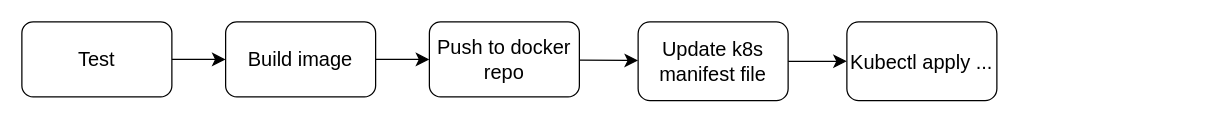
The draw.io diagram Argocd.drawio in msyadid/HelloWorld, before the edit. Source tidied: cells renumbered, new cells numbered last; positions are measured from the earlier drawing's top-left corner, leaving out a move shared by most shapes. Both pictures are drawn from the tidied source at 125%, with x=0, y=0 at pixel (21, 21).
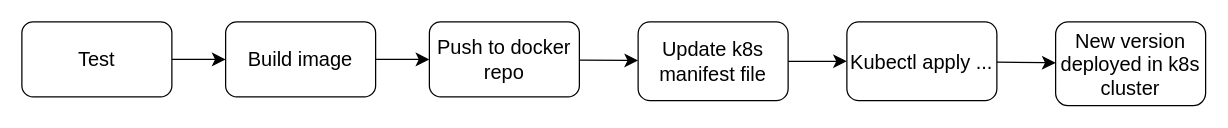
The same diagram, later.

Change to the diagram source:
```diff
@@
 <mxGraphModel>
   <root>
     <mxCell id="0" />
     <mxCell id="1" parent="0" />
     <mxCell id="2" style="edgeStyle=none;curved=1;rounded=0;jettySize=auto;html=1;fontSize=12;startSize=8;endSize=8;" parent="1" edge="1" source="3" target="5">
       <mxGeometry relative="1" as="geometry" />
     </mxCell>
     <mxCell id="3" value="Test" style="rounded=1;whiteSpace=wrap;html=1;fontSize=16;" parent="1" vertex="1">
       <mxGeometry width="120" height="60" as="geometry" />
     </mxCell>
     <mxCell id="4" style="edgeStyle=none;curved=1;rounded=0;jettySize=auto;html=1;fontSize=12;startSize=8;endSize=8;" parent="1" edge="1" source="5" target="7">
       <mxGeometry relative="1" as="geometry" />
     </mxCell>
     <mxCell id="5" value="Build image" style="rounded=1;whiteSpace=wrap;html=1;fontSize=16;" parent="1" vertex="1">
       <mxGeometry x="163" width="120" height="60" as="geometry" />
     </mxCell>
     <mxCell id="6" style="edgeStyle=none;curved=1;rounded=0;jettySize=auto;html=1;fontSize=12;startSize=8;endSize=8;" parent="1" edge="1" source="7" target="9">
       <mxGeometry relative="1" as="geometry" />
     </mxCell>
     <mxCell id="7" value="Push to docker repo" style="rounded=1;whiteSpace=wrap;html=1;fontSize=16;" parent="1" vertex="1">
       <mxGeometry x="326" width="120" height="60" as="geometry" />
     </mxCell>
     <mxCell id="8" style="edgeStyle=none;curved=1;rounded=0;jettySize=auto;html=1;fontSize=12;startSize=8;endSize=8;" parent="1" edge="1" source="9" target="10">
       <mxGeometry relative="1" as="geometry" />
     </mxCell>
     <mxCell id="9" value="Update k8s manifest file" style="rounded=1;whiteSpace=wrap;html=1;fontSize=16;" parent="1" vertex="1">
       <mxGeometry x="493" width="120" height="63" as="geometry" />
     </mxCell>
+    <mxCell id="11" style="edgeStyle=none;curved=1;rounded=0;jettySize=auto;html=1;fontSize=12;startSize=8;endSize=8;" parent="1" edge="1" source="10" target="12">
+      <mxGeometry relative="1" as="geometry" />
+    </mxCell>
     <mxCell id="10" value="Kubectl apply ..." style="rounded=1;whiteSpace=wrap;html=1;fontSize=16;" parent="1" vertex="1">
       <mxGeometry x="660" width="120" height="63" as="geometry" />
     </mxCell>
+    <mxCell id="12" value="New version deployed in k8s cluster" style="rounded=1;whiteSpace=wrap;html=1;fontSize=16;" parent="1" vertex="1">
+      <mxGeometry x="827" width="120" height="67" as="geometry" />
+    </mxCell>
   </root>
 </mxGraphModel>
```
